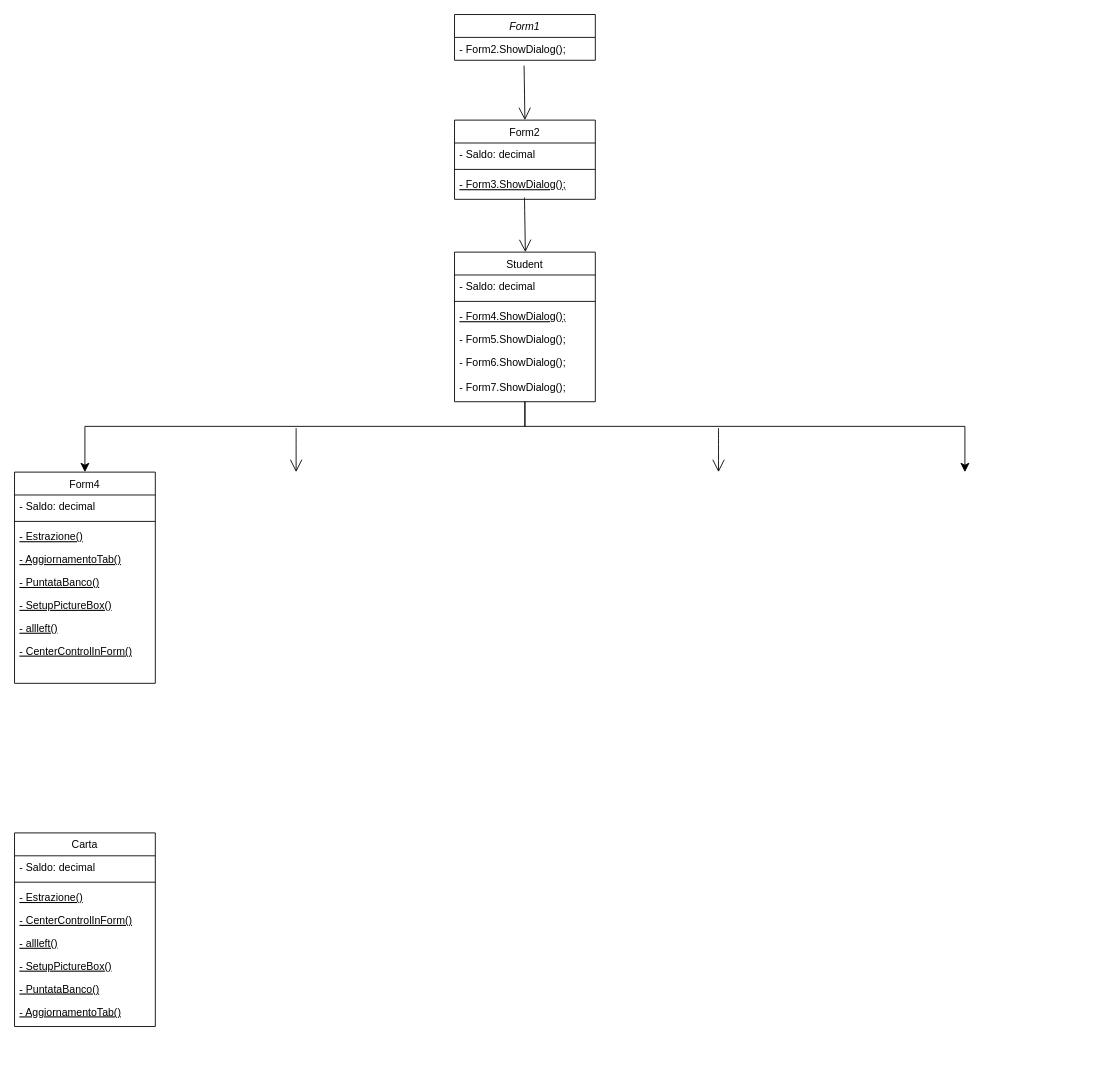
The draw.io diagram Diagramma senza titolo.drawio in FRANCO8724/Casino_Royale, before the edit. Source tidied: cells renumbered, new cells numbered last; positions are measured from the earlier drawing's top-left corner, leaving out a move shared by most shapes. Both pictures are drawn from the tidied source at 88%, with x=0, y=0 at pixel (14, 14).
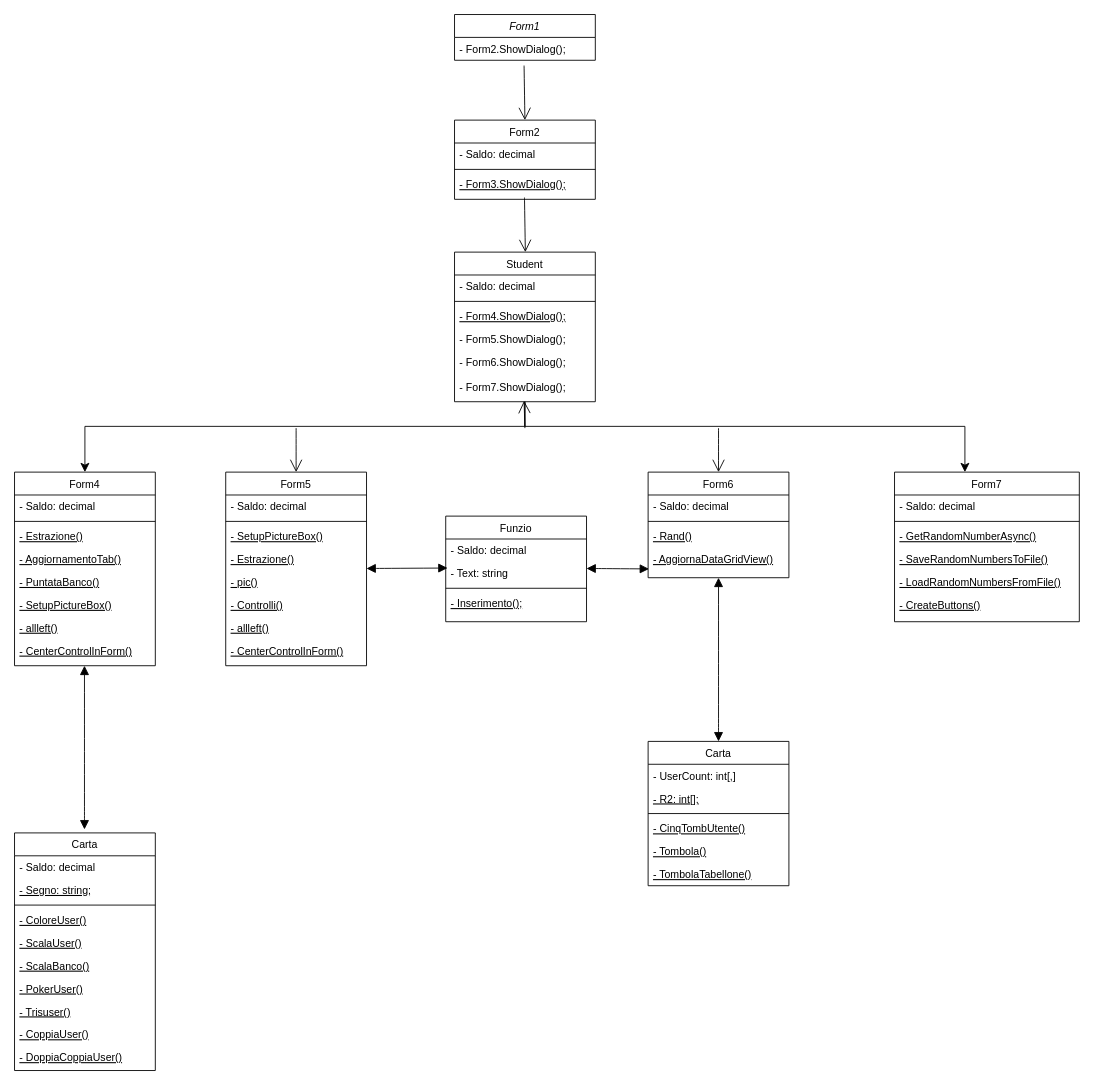
The same page after the edit.

Unchanged cells that the change refers to:
```xml
<mxCell id="10" value="- Form7.ShowDialog();" style="text;align=left;verticalAlign=top;spacingLeft=4;spacingRight=4;overflow=hidden;points=[[0,0.5],[1,0.5]];portConstraint=eastwest;" parent="4" vertex="1">
  <mxGeometry y="140" width="160" height="26" as="geometry" />
</mxCell>
```

The edit, as a diff of the source:
```diff
@@
     <mxCell id="21" value="Form4" style="swimlane;fontStyle=0;align=center;verticalAlign=top;horizontal=1;startSize=26;rounded=0;shadow=0;strokeWidth=1;" parent="1" vertex="1">
-      <mxGeometry y="520" width="160" height="240" as="geometry" />
+      <mxGeometry y="520" width="160" height="220" as="geometry" />
     </mxCell>
@@
     <mxCell id="29" value="- CenterControlInForm()" style="text;align=left;verticalAlign=top;spacingLeft=4;spacingRight=4;overflow=hidden;fontStyle=4;" parent="21" vertex="1">
-      <mxGeometry y="190" width="160" height="26" as="geometry" />
+      <mxGeometry y="190" width="160" height="30" as="geometry" />
     </mxCell>
     <mxCell id="30" value="Carta" style="swimlane;fontStyle=0;align=center;verticalAlign=top;horizontal=1;startSize=26;rounded=0;shadow=0;strokeWidth=1;" parent="1" vertex="1">
-      <mxGeometry y="930" width="160" height="220" as="geometry" />
+      <mxGeometry y="930" width="160" height="270" as="geometry" />
     </mxCell>
@@
+    <mxCell id="33" value="- Segno: string;" style="text;align=left;verticalAlign=top;spacingLeft=4;spacingRight=4;overflow=hidden;fontStyle=4;" parent="30" vertex="1">
+      <mxGeometry y="52" width="160" height="26" as="geometry" />
+    </mxCell>
     <mxCell id="32" style="line;html=1;strokeWidth=1;align=left;verticalAlign=middle;spacingTop=-1;spacingLeft=3;spacingRight=3;labelPosition=right;" parent="30" vertex="1">
-      <mxGeometry y="52" width="160" height="8" as="geometry" />
+      <mxGeometry y="78" width="160" height="8" as="geometry" />
     </mxCell>
-    <mxCell id="33" value="- Estrazione()" style="text;align=left;verticalAlign=top;spacingLeft=4;spacingRight=4;overflow=hidden;fontStyle=4;" parent="30" vertex="1">
-      <mxGeometry y="60" width="160" height="26" as="geometry" />
-    </mxCell>
-    <mxCell id="34" value="- CenterControlInForm()" style="text;align=left;verticalAlign=top;spacingLeft=4;spacingRight=4;overflow=hidden;fontStyle=4;" parent="30" vertex="1">
+    <mxCell id="34" value="- ColoreUser()" style="text;align=left;verticalAlign=top;spacingLeft=4;spacingRight=4;overflow=hidden;fontStyle=4;" parent="30" vertex="1">
       <mxGeometry y="86" width="160" height="26" as="geometry" />
     </mxCell>
-    <mxCell id="35" value="- allleft()" style="text;align=left;verticalAlign=top;spacingLeft=4;spacingRight=4;overflow=hidden;fontStyle=4;" parent="30" vertex="1">
+    <mxCell id="35" value="- ScalaUser()" style="text;align=left;verticalAlign=top;spacingLeft=4;spacingRight=4;overflow=hidden;fontStyle=4;" parent="30" vertex="1">
       <mxGeometry y="112" width="160" height="26" as="geometry" />
     </mxCell>
-    <mxCell id="36" value="- SetupPictureBox()" style="text;align=left;verticalAlign=top;spacingLeft=4;spacingRight=4;overflow=hidden;fontStyle=4;" parent="30" vertex="1">
+    <mxCell id="36" value="- ScalaBanco()" style="text;align=left;verticalAlign=top;spacingLeft=4;spacingRight=4;overflow=hidden;fontStyle=4;" parent="30" vertex="1">
       <mxGeometry y="138" width="160" height="26" as="geometry" />
     </mxCell>
-    <mxCell id="37" value="- PuntataBanco()" style="text;align=left;verticalAlign=top;spacingLeft=4;spacingRight=4;overflow=hidden;fontStyle=4;" parent="30" vertex="1">
+    <mxCell id="37" value="- PokerUser()" style="text;align=left;verticalAlign=top;spacingLeft=4;spacingRight=4;overflow=hidden;fontStyle=4;" parent="30" vertex="1">
       <mxGeometry y="164" width="160" height="26" as="geometry" />
     </mxCell>
+    <mxCell id="39" value="- Trisuser()" style="text;align=left;verticalAlign=top;spacingLeft=4;spacingRight=4;overflow=hidden;fontStyle=4;" parent="30" vertex="1">
+      <mxGeometry y="190" width="160" height="26" as="geometry" />
+    </mxCell>
+    <mxCell id="40" value="- CoppiaUser()" style="text;align=left;verticalAlign=top;spacingLeft=4;spacingRight=4;overflow=hidden;fontStyle=4;" parent="30" vertex="1">
+      <mxGeometry y="216" width="160" height="26" as="geometry" />
+    </mxCell>
-    <mxCell id="38" value="- AggiornamentoTab()" style="text;align=left;verticalAlign=top;spacingLeft=4;spacingRight=4;overflow=hidden;fontStyle=4;" parent="30" vertex="1">
-      <mxGeometry y="190" width="160" height="26" as="geometry" />
+    <mxCell id="38" value="- DoppiaCoppiaUser()" style="text;align=left;verticalAlign=top;spacingLeft=4;spacingRight=4;overflow=hidden;fontStyle=4;" parent="30" vertex="1">
+      <mxGeometry y="242" width="160" height="28" as="geometry" />
     </mxCell>
+    <mxCell id="41" style="endArrow=open;endFill=1;endSize=12;html=1;rounded=0;fontSize=12;curved=1;entryX=0.494;entryY=1.115;entryDx=0;entryDy=0;entryPerimeter=0;" parent="1" edge="1" target="10">
+      <mxGeometry relative="1" as="geometry">
+        <mxPoint x="580" y="470" as="sourcePoint" />
+      </mxGeometry>
+    </mxCell>
+    <mxCell id="42" value="Form5" style="swimlane;fontStyle=0;align=center;verticalAlign=top;horizontal=1;startSize=26;rounded=0;shadow=0;strokeWidth=1;" parent="1" vertex="1">
+      <mxGeometry x="240" y="520" width="160" height="220" as="geometry" />
+    </mxCell>
+    <mxCell id="43" value="- Saldo: decimal" style="text;align=left;verticalAlign=top;spacingLeft=4;spacingRight=4;overflow=hidden;" parent="42" vertex="1">
+      <mxGeometry y="26" width="160" height="26" as="geometry" />
+    </mxCell>
+    <mxCell id="44" style="line;html=1;strokeWidth=1;align=left;verticalAlign=middle;spacingTop=-1;spacingLeft=3;spacingRight=3;labelPosition=right;" parent="42" vertex="1">
+      <mxGeometry y="52" width="160" height="8" as="geometry" />
+    </mxCell>
+    <mxCell id="45" value="- SetupPictureBox()" style="text;align=left;verticalAlign=top;spacingLeft=4;spacingRight=4;overflow=hidden;fontStyle=4;" parent="42" vertex="1">
+      <mxGeometry y="60" width="160" height="26" as="geometry" />
+    </mxCell>
+    <mxCell id="46" value="- Estrazione()" style="text;align=left;verticalAlign=top;spacingLeft=4;spacingRight=4;overflow=hidden;fontStyle=4;" parent="42" vertex="1">
+      <mxGeometry y="86" width="160" height="26" as="geometry" />
+    </mxCell>
+    <mxCell id="47" value="- pic()" style="text;align=left;verticalAlign=top;spacingLeft=4;spacingRight=4;overflow=hidden;fontStyle=4;" parent="42" vertex="1">
+      <mxGeometry y="112" width="160" height="26" as="geometry" />
+    </mxCell>
+    <mxCell id="48" value="- Controlli()" style="text;align=left;verticalAlign=top;spacingLeft=4;spacingRight=4;overflow=hidden;fontStyle=4;" parent="42" vertex="1">
+      <mxGeometry y="138" width="160" height="26" as="geometry" />
+    </mxCell>
+    <mxCell id="49" value="- allleft()" style="text;align=left;verticalAlign=top;spacingLeft=4;spacingRight=4;overflow=hidden;fontStyle=4;" parent="42" vertex="1">
+      <mxGeometry y="164" width="160" height="26" as="geometry" />
+    </mxCell>
+    <mxCell id="50" value="- CenterControlInForm()" style="text;align=left;verticalAlign=top;spacingLeft=4;spacingRight=4;overflow=hidden;fontStyle=4;" parent="42" vertex="1">
+      <mxGeometry y="190" width="160" height="30" as="geometry" />
+    </mxCell>
+    <mxCell id="51" value="Form6" style="swimlane;fontStyle=0;align=center;verticalAlign=top;horizontal=1;startSize=26;rounded=0;shadow=0;strokeWidth=1;" parent="1" vertex="1">
+      <mxGeometry x="720" y="520" width="160" height="120" as="geometry" />
+    </mxCell>
+    <mxCell id="52" value="- Saldo: decimal" style="text;align=left;verticalAlign=top;spacingLeft=4;spacingRight=4;overflow=hidden;" parent="51" vertex="1">
+      <mxGeometry y="26" width="160" height="26" as="geometry" />
+    </mxCell>
+    <mxCell id="53" style="line;html=1;strokeWidth=1;align=left;verticalAlign=middle;spacingTop=-1;spacingLeft=3;spacingRight=3;labelPosition=right;" parent="51" vertex="1">
+      <mxGeometry y="52" width="160" height="8" as="geometry" />
+    </mxCell>
+    <mxCell id="54" value="- Rand()" style="text;align=left;verticalAlign=top;spacingLeft=4;spacingRight=4;overflow=hidden;fontStyle=4;" parent="51" vertex="1">
+      <mxGeometry y="60" width="160" height="26" as="geometry" />
+    </mxCell>
+    <mxCell id="55" value="- AggiornaDataGridView()" style="text;align=left;verticalAlign=top;spacingLeft=4;spacingRight=4;overflow=hidden;fontStyle=4;" parent="51" vertex="1">
+      <mxGeometry y="86" width="160" height="26" as="geometry" />
+    </mxCell>
+    <mxCell id="56" value="Form7" style="swimlane;fontStyle=0;align=center;verticalAlign=top;horizontal=1;startSize=26;rounded=0;shadow=0;strokeWidth=1;" parent="1" vertex="1">
+      <mxGeometry x="1000" y="520" width="210" height="170" as="geometry" />
+    </mxCell>
+    <mxCell id="57" value="- Saldo: decimal" style="text;align=left;verticalAlign=top;spacingLeft=4;spacingRight=4;overflow=hidden;" parent="56" vertex="1">
+      <mxGeometry y="26" width="210" height="26" as="geometry" />
+    </mxCell>
+    <mxCell id="58" style="line;html=1;strokeWidth=1;align=left;verticalAlign=middle;spacingTop=-1;spacingLeft=3;spacingRight=3;labelPosition=right;" parent="56" vertex="1">
+      <mxGeometry y="52" width="210" height="8" as="geometry" />
+    </mxCell>
+    <mxCell id="59" value="- GetRandomNumberAsync()" style="text;align=left;verticalAlign=top;spacingLeft=4;spacingRight=4;overflow=hidden;fontStyle=4;" parent="56" vertex="1">
+      <mxGeometry y="60" width="210" height="26" as="geometry" />
+    </mxCell>
+    <mxCell id="60" value="- SaveRandomNumbersToFile()" style="text;align=left;verticalAlign=top;spacingLeft=4;spacingRight=4;overflow=hidden;fontStyle=4;" parent="56" vertex="1">
+      <mxGeometry y="86" width="210" height="26" as="geometry" />
+    </mxCell>
+    <mxCell id="61" value="- LoadRandomNumbersFromFile()" style="text;align=left;verticalAlign=top;spacingLeft=4;spacingRight=4;overflow=hidden;fontStyle=4;" parent="56" vertex="1">
+      <mxGeometry y="112" width="210" height="26" as="geometry" />
+    </mxCell>
+    <mxCell id="62" value="- CreateButtons()" style="text;align=left;verticalAlign=top;spacingLeft=4;spacingRight=4;overflow=hidden;fontStyle=4;" parent="56" vertex="1">
+      <mxGeometry y="138" width="210" height="26" as="geometry" />
+    </mxCell>
+    <mxCell id="63" value="Funzio" style="swimlane;fontStyle=0;align=center;verticalAlign=top;horizontal=1;startSize=26;rounded=0;shadow=0;strokeWidth=1;" parent="1" vertex="1">
+      <mxGeometry x="490" y="570" width="160" height="120" as="geometry" />
+    </mxCell>
+    <mxCell id="64" value="- Saldo: decimal" style="text;align=left;verticalAlign=top;spacingLeft=4;spacingRight=4;overflow=hidden;" parent="63" vertex="1">
+      <mxGeometry y="26" width="160" height="26" as="geometry" />
+    </mxCell>
+    <mxCell id="65" value="- Text: string" style="text;align=left;verticalAlign=top;spacingLeft=4;spacingRight=4;overflow=hidden;points=[[0,0.5],[1,0.5]];portConstraint=eastwest;" parent="63" vertex="1">
+      <mxGeometry y="52" width="160" height="26" as="geometry" />
+    </mxCell>
+    <mxCell id="66" style="line;html=1;strokeWidth=1;align=left;verticalAlign=middle;spacingTop=-1;spacingLeft=3;spacingRight=3;labelPosition=right;" parent="63" vertex="1">
+      <mxGeometry y="78" width="160" height="8" as="geometry" />
+    </mxCell>
+    <mxCell id="67" value="- Inserimento();" style="text;align=left;verticalAlign=top;spacingLeft=4;spacingRight=4;overflow=hidden;fontStyle=4;" parent="63" vertex="1">
+      <mxGeometry y="86" width="160" as="geometry" />
+    </mxCell>
+    <mxCell id="68" style="endArrow=block;startArrow=block;endFill=1;startFill=1;html=1;rounded=0;fontSize=12;startSize=8;endSize=8;curved=1;entryX=0.013;entryY=0.269;entryDx=0;entryDy=0;entryPerimeter=0;" parent="1" edge="1" target="65">
+      <mxGeometry relative="1" as="geometry">
+        <mxPoint x="400" y="629.5" as="sourcePoint" />
+      </mxGeometry>
+    </mxCell>
+    <mxCell id="69" style="endArrow=block;startArrow=block;endFill=1;startFill=1;html=1;rounded=0;fontSize=12;startSize=8;endSize=8;curved=1;" parent="1" edge="1">
+      <mxGeometry relative="1" as="geometry">
+        <mxPoint x="650" y="629.5" as="sourcePoint" />
+        <mxPoint x="721" y="630" as="targetPoint" />
+      </mxGeometry>
+    </mxCell>
+    <mxCell id="70" value="Carta" style="swimlane;fontStyle=0;align=center;verticalAlign=top;horizontal=1;startSize=26;rounded=0;shadow=0;strokeWidth=1;" parent="1" vertex="1">
+      <mxGeometry x="720" y="826" width="160" height="164" as="geometry" />
+    </mxCell>
+    <mxCell id="71" value="- UserCount: int[,]" style="text;align=left;verticalAlign=top;spacingLeft=4;spacingRight=4;overflow=hidden;" parent="70" vertex="1">
+      <mxGeometry y="26" width="160" height="26" as="geometry" />
+    </mxCell>
+    <mxCell id="72" value="- R2: int[];" style="text;align=left;verticalAlign=top;spacingLeft=4;spacingRight=4;overflow=hidden;fontStyle=4;" parent="70" vertex="1">
+      <mxGeometry y="52" width="160" height="26" as="geometry" />
+    </mxCell>
+    <mxCell id="73" style="line;html=1;strokeWidth=1;align=left;verticalAlign=middle;spacingTop=-1;spacingLeft=3;spacingRight=3;labelPosition=right;" parent="70" vertex="1">
+      <mxGeometry y="78" width="160" height="8" as="geometry" />
+    </mxCell>
+    <mxCell id="74" value="- CinqTombUtente()" style="text;align=left;verticalAlign=top;spacingLeft=4;spacingRight=4;overflow=hidden;fontStyle=4;" parent="70" vertex="1">
+      <mxGeometry y="86" width="160" height="26" as="geometry" />
+    </mxCell>
+    <mxCell id="75" value="- Tombola()" style="text;align=left;verticalAlign=top;spacingLeft=4;spacingRight=4;overflow=hidden;fontStyle=4;" parent="70" vertex="1">
+      <mxGeometry y="112" width="160" height="26" as="geometry" />
+    </mxCell>
+    <mxCell id="76" value="- TombolaTabellone()" style="text;align=left;verticalAlign=top;spacingLeft=4;spacingRight=4;overflow=hidden;fontStyle=4;" parent="70" vertex="1">
+      <mxGeometry y="138" width="160" height="26" as="geometry" />
+    </mxCell>
+    <mxCell id="77" style="endArrow=block;startArrow=block;endFill=1;startFill=1;html=1;rounded=0;fontSize=12;startSize=8;endSize=8;curved=1;entryX=0.5;entryY=1;entryDx=0;entryDy=0;exitX=0.5;exitY=0;exitDx=0;exitDy=0;" parent="1" edge="1" source="70" target="51">
+      <mxGeometry relative="1" as="geometry" />
+    </mxCell>
+    <mxCell id="78" style="endArrow=block;startArrow=block;endFill=1;startFill=1;html=1;rounded=0;fontSize=12;startSize=8;endSize=8;curved=1;entryX=0.5;entryY=1;entryDx=0;entryDy=0;exitX=0.5;exitY=0;exitDx=0;exitDy=0;" parent="1" edge="1">
+      <mxGeometry relative="1" as="geometry">
+        <mxPoint x="79.5" y="926" as="sourcePoint" />
+        <mxPoint x="79.5" y="740" as="targetPoint" />
+      </mxGeometry>
+    </mxCell>
```
